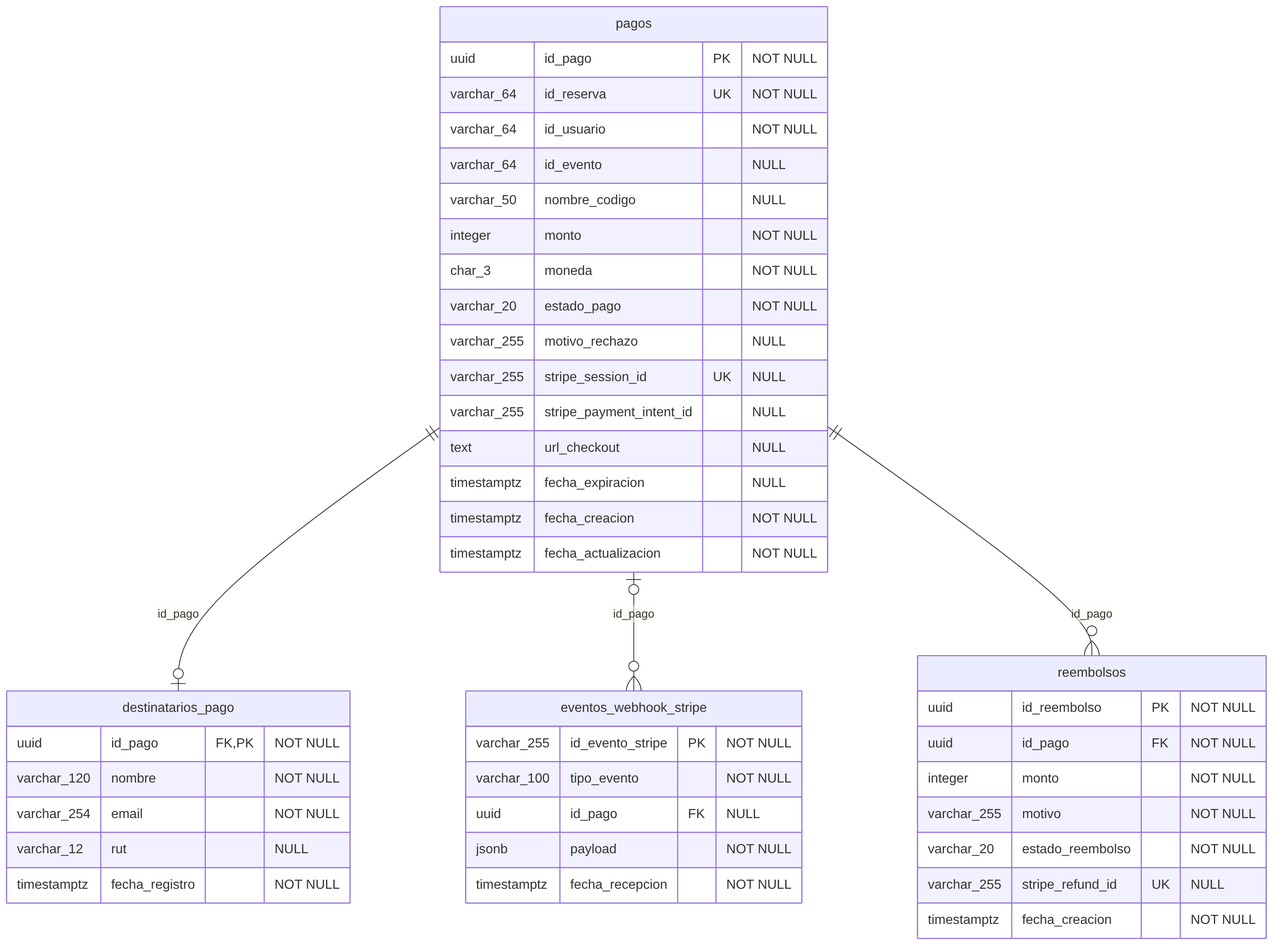
Before: backend/docs/base-de-datos/diagrama-relacional.png, a diagram exported from Mermaid (Modulos-Pagos/arquitectura-pagos). Its source is kept beside it as backend/docs/base-de-datos/diagrama-relacional.mmd.
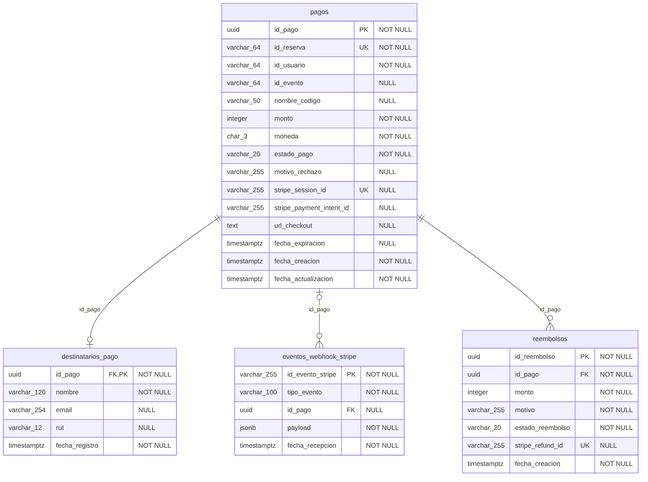
The same file after the commit.

What changed in the source:
```diff
@@ -19,7 +19,7 @@
     destinatarios_pago {
         uuid id_pago FK,PK "NOT NULL"
         varchar_120 nombre "NOT NULL"
-        varchar_254 email "NOT NULL"
+        varchar_254 email "NULL"
         varchar_12 rut "NULL"
         timestamptz fecha_registro "NOT NULL"
     }
```
